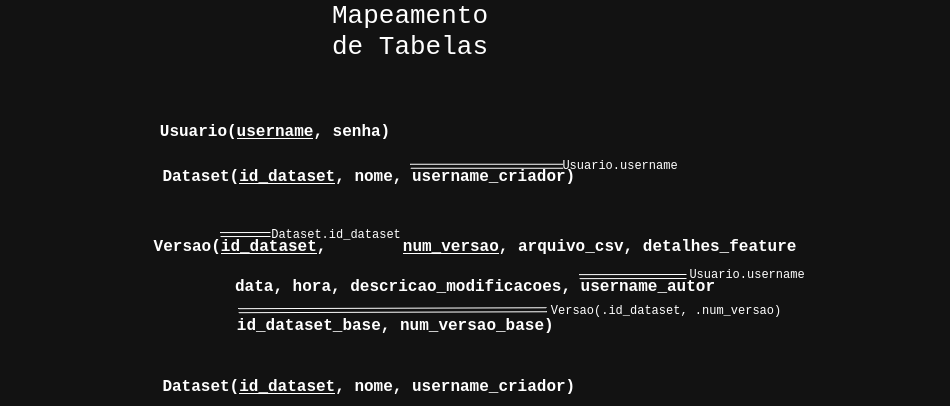
Before: docs/Mapeamento_de_Tabelas_Digital.png, a diagram exported from draw.io (NicohOliveira/db-project-feature-store). Source tidied: cells renumbered, new cells last; positions are measured from the earlier drawing's top-left corner, leaving out a move shared by most shapes. The source it was exported from:
```xml
<mxGraphModel>
  <root>
    <mxCell id="0" />
    <mxCell id="1" parent="0" />
    <mxCell id="2" value="Mapeamento de Tabelas" style="text;html=1;whiteSpace=wrap;strokeColor=none;fillColor=none;align=center;verticalAlign=middle;rounded=0;fontSize=26;fontFamily=Courier New;" parent="1" vertex="1">
      <mxGeometry x="380" width="60" height="30" as="geometry" />
    </mxCell>
    <mxCell id="3" value="&lt;b&gt;&lt;font face=&quot;Courier New&quot;&gt;Usuario(&lt;u&gt;username&lt;/u&gt;, senha)&lt;/font&gt;&lt;/b&gt;" style="text;html=1;whiteSpace=wrap;align=center;verticalAlign=middle;rounded=0;fontSize=16;strokeColor=none;" parent="1" vertex="1">
      <mxGeometry x="140" y="100" width="270" height="30" as="geometry" />
    </mxCell>
    <mxCell id="4" value="&lt;div&gt;&lt;b&gt;&lt;font face=&quot;Courier New&quot;&gt;Dataset(&lt;u&gt;id_dataset&lt;/u&gt;, nome, username_criador)&lt;span style=&quot;white-space: pre;&quot;&gt;&#9;&lt;/span&gt;&lt;span style=&quot;white-space: pre;&quot;&gt;&#9;&lt;/span&gt;&lt;span style=&quot;white-space: pre;&quot;&gt;&#9;&lt;/span&gt;&lt;span style=&quot;white-space: pre;&quot;&gt;&#9;&lt;/span&gt;&lt;span style=&quot;white-space: pre;&quot;&gt;&#9;&lt;/span&gt;&lt;span style=&quot;white-space: pre;&quot;&gt;&#9;&lt;/span&gt;&lt;/font&gt;&lt;/b&gt;&lt;/div&gt;" style="text;html=1;whiteSpace=wrap;align=center;verticalAlign=middle;rounded=0;fontSize=16;strokeColor=none;" parent="1" vertex="1">
      <mxGeometry x="160" y="140" width="610" height="40" as="geometry" />
    </mxCell>
    <mxCell id="5" style="endArrow=none;html=1;rounded=0;shape=link;exitX=0.41;exitY=0.247;exitDx=0;exitDy=0;exitPerimeter=0;" parent="1" edge="1" source="4">
      <mxGeometry relative="1" as="geometry">
        <mxPoint x="563" y="149.9" as="targetPoint" />
      </mxGeometry>
    </mxCell>
    <mxCell id="6" value="&lt;font face=&quot;Courier New&quot;&gt;Usuario.username&lt;/font&gt;" style="text;html=1;whiteSpace=wrap;strokeColor=none;fillColor=none;align=center;verticalAlign=middle;rounded=0;" parent="1" vertex="1">
      <mxGeometry x="590" y="135" width="60" height="30" as="geometry" />
    </mxCell>
    <mxCell id="7" value="&lt;div&gt;&lt;b&gt;&lt;font face=&quot;Courier New&quot;&gt;Versao(&lt;u&gt;id_dataset&lt;/u&gt;, &lt;span style=&quot;white-space: pre;&quot;&gt;&#9;&lt;/span&gt;&lt;span style=&quot;white-space: pre;&quot;&gt;&#9;&lt;/span&gt;&lt;u&gt;num_versao&lt;/u&gt;, arquivo_csv, detalhes_feature&lt;/font&gt;&lt;/b&gt;&lt;/div&gt;&lt;div&gt;&lt;b&gt;&lt;font face=&quot;Courier New&quot;&gt;&lt;br&gt;&lt;/font&gt;&lt;/b&gt;&lt;/div&gt;&lt;div&gt;&lt;b&gt;&lt;font face=&quot;Courier New&quot;&gt;data, hora, descricao_modificacoes, username_autor&lt;/font&gt;&lt;/b&gt;&lt;/div&gt;&lt;div&gt;&lt;br&gt;&lt;/div&gt;&lt;div&gt;&lt;font face=&quot;Courier New&quot;&gt;&lt;b&gt;&amp;nbsp; &amp;nbsp;id_dataset_base, num_versao_base&lt;/b&gt;&lt;/font&gt;&lt;b&gt;&lt;font face=&quot;Courier New&quot;&gt;)&lt;span style=&quot;white-space: pre;&quot;&gt;&#9;&lt;/span&gt;&lt;span style=&quot;white-space: pre;&quot;&gt;&#9;&lt;/span&gt;&lt;span style=&quot;white-space: pre;&quot;&gt;&#9;&lt;/span&gt;&lt;span style=&quot;white-space: pre;&quot;&gt;&#9;&lt;/span&gt;&lt;span style=&quot;white-space: pre;&quot;&gt;&#9;&lt;/span&gt;&lt;span style=&quot;white-space: pre;&quot;&gt;&#9;&lt;/span&gt;&lt;/font&gt;&lt;/b&gt;&lt;/div&gt;" style="text;html=1;whiteSpace=wrap;align=center;verticalAlign=middle;rounded=0;fontSize=16;strokeColor=none;" parent="1" vertex="1">
      <mxGeometry y="250" width="950" height="40" as="geometry" />
    </mxCell>
    <mxCell id="8" style="endArrow=none;html=1;rounded=0;shape=link;startSize=13;endSize=15;" parent="1" edge="1">
      <mxGeometry relative="1" as="geometry">
        <mxPoint x="220" y="218" as="sourcePoint" />
        <mxPoint x="270" y="218" as="targetPoint" />
      </mxGeometry>
    </mxCell>
    <mxCell id="9" value="&lt;font face=&quot;Courier New&quot;&gt;Dataset.id_dataset&lt;/font&gt;" style="text;html=1;whiteSpace=wrap;strokeColor=none;fillColor=none;align=center;verticalAlign=middle;rounded=0;" parent="1" vertex="1">
      <mxGeometry x="306" y="204" width="60" height="30" as="geometry" />
    </mxCell>
    <mxCell id="10" style="endArrow=none;html=1;rounded=0;shape=link;exitX=0.41;exitY=0.247;exitDx=0;exitDy=0;exitPerimeter=0;" parent="1" edge="1">
      <mxGeometry relative="1" as="geometry">
        <mxPoint x="579" y="260.1" as="sourcePoint" />
        <mxPoint x="686" y="260" as="targetPoint" />
      </mxGeometry>
    </mxCell>
    <mxCell id="11" value="&lt;font face=&quot;Courier New&quot;&gt;Usuario.username&lt;/font&gt;" style="text;html=1;whiteSpace=wrap;strokeColor=none;fillColor=none;align=center;verticalAlign=middle;rounded=0;" parent="1" vertex="1">
      <mxGeometry x="717" y="244" width="60" height="30" as="geometry" />
    </mxCell>
    <mxCell id="12" style="endArrow=none;html=1;rounded=0;shape=link;exitX=0.41;exitY=0.247;exitDx=0;exitDy=0;exitPerimeter=0;entryX=0.575;entryY=1.08;entryDx=0;entryDy=0;entryPerimeter=0;" parent="1" edge="1" target="7">
      <mxGeometry relative="1" as="geometry">
        <mxPoint x="238" y="294.1" as="sourcePoint" />
      </mxGeometry>
    </mxCell>
    <mxCell id="13" value="&lt;font face=&quot;Courier New&quot;&gt;Versao(.id_dataset, .num_versao)&lt;/font&gt;" style="text;html=1;whiteSpace=wrap;strokeColor=none;fillColor=none;align=center;verticalAlign=middle;rounded=0;" parent="1" vertex="1">
      <mxGeometry x="531" y="280" width="270" height="30" as="geometry" />
    </mxCell>
    <mxCell id="14" value="&lt;div&gt;&lt;b&gt;&lt;font face=&quot;Courier New&quot;&gt;Dataset(&lt;u&gt;id_dataset&lt;/u&gt;, nome, username_criador)&lt;span style=&quot;white-space: pre;&quot;&gt;&#9;&lt;/span&gt;&lt;span style=&quot;white-space: pre;&quot;&gt;&#9;&lt;/span&gt;&lt;span style=&quot;white-space: pre;&quot;&gt;&#9;&lt;/span&gt;&lt;span style=&quot;white-space: pre;&quot;&gt;&#9;&lt;/span&gt;&lt;span style=&quot;white-space: pre;&quot;&gt;&#9;&lt;/span&gt;&lt;span style=&quot;white-space: pre;&quot;&gt;&#9;&lt;/span&gt;&lt;/font&gt;&lt;/b&gt;&lt;/div&gt;" style="text;html=1;whiteSpace=wrap;align=center;verticalAlign=middle;rounded=0;fontSize=16;strokeColor=none;" parent="1" vertex="1">
      <mxGeometry x="160" y="350" width="610" height="40" as="geometry" />
    </mxCell>
  </root>
</mxGraphModel>
```
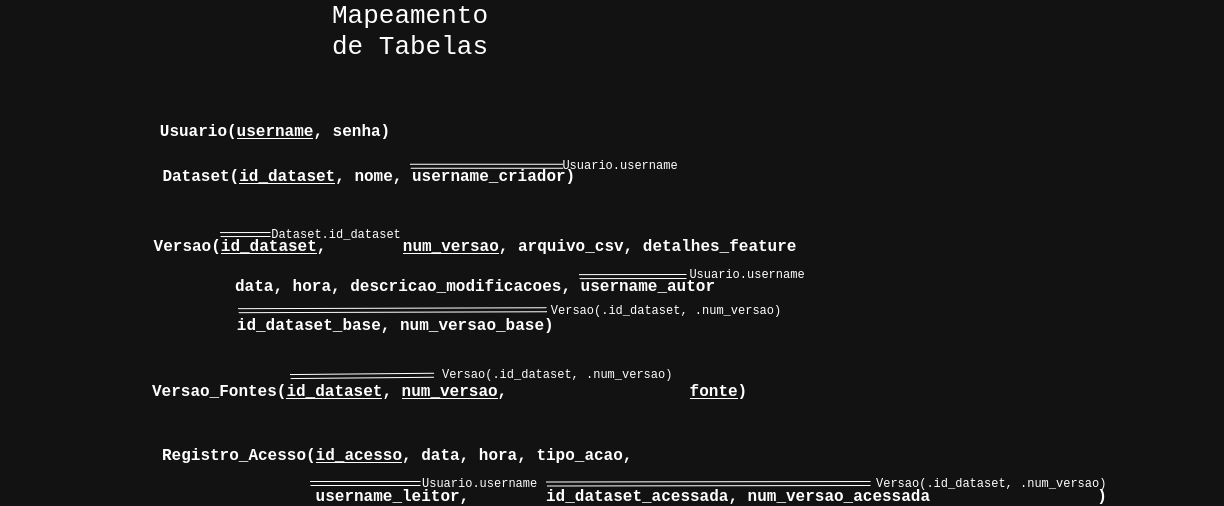
After the change.

Commit message:
docs: porte completo do rascunho para uma versão digital

The edit, as a diff of the source:
```diff
@@ -48,8 +48,37 @@
     <mxCell id="13" value="&lt;font face=&quot;Courier New&quot;&gt;Versao(.id_dataset, .num_versao)&lt;/font&gt;" style="text;html=1;whiteSpace=wrap;strokeColor=none;fillColor=none;align=center;verticalAlign=middle;rounded=0;" parent="1" vertex="1">
       <mxGeometry x="531" y="280" width="270" height="30" as="geometry" />
     </mxCell>
-    <mxCell id="14" value="&lt;div&gt;&lt;b&gt;&lt;font face=&quot;Courier New&quot;&gt;Dataset(&lt;u&gt;id_dataset&lt;/u&gt;, nome, username_criador)&lt;span style=&quot;white-space: pre;&quot;&gt;&#9;&lt;/span&gt;&lt;span style=&quot;white-space: pre;&quot;&gt;&#9;&lt;/span&gt;&lt;span style=&quot;white-space: pre;&quot;&gt;&#9;&lt;/span&gt;&lt;span style=&quot;white-space: pre;&quot;&gt;&#9;&lt;/span&gt;&lt;span style=&quot;white-space: pre;&quot;&gt;&#9;&lt;/span&gt;&lt;span style=&quot;white-space: pre;&quot;&gt;&#9;&lt;/span&gt;&lt;/font&gt;&lt;/b&gt;&lt;/div&gt;" style="text;html=1;whiteSpace=wrap;align=center;verticalAlign=middle;rounded=0;fontSize=16;strokeColor=none;" parent="1" vertex="1">
-      <mxGeometry x="160" y="350" width="610" height="40" as="geometry" />
-    </mxCell>
+    <mxCell id="15" value="&lt;b&gt;&lt;font face=&quot;Courier New&quot;&gt;Versao_Fontes(&lt;u&gt;id_dataset&lt;/u&gt;, &lt;u&gt;num_versao&lt;/u&gt;,&amp;nbsp; &amp;nbsp; &amp;nbsp; &amp;nbsp; &amp;nbsp; &amp;nbsp; &amp;nbsp; &amp;nbsp; &amp;nbsp; &amp;nbsp;&lt;u&gt;fonte&lt;/u&gt;)&lt;/font&gt;&lt;/b&gt;" style="text;html=1;whiteSpace=wrap;align=left;verticalAlign=middle;rounded=0;fontSize=16;strokeColor=none;" parent="1" vertex="1">
+      <mxGeometry x="150" y="360" width="600" height="30" as="geometry" />
+    </mxCell>
+    <mxCell id="16" style="endArrow=none;html=1;rounded=0;shape=link;entryX=0.473;entryY=-0.043;entryDx=0;entryDy=0;entryPerimeter=0;" parent="1" edge="1" target="15">
+      <mxGeometry relative="1" as="geometry">
+        <mxPoint x="290" y="360" as="sourcePoint" />
+      </mxGeometry>
+    </mxCell>
+    <mxCell id="17" value="&lt;font face=&quot;Courier New&quot;&gt;Versao(.id_dataset, .num_versao)&lt;/font&gt;" style="text;html=1;whiteSpace=wrap;strokeColor=none;fillColor=none;align=left;verticalAlign=middle;rounded=0;" parent="1" vertex="1">
+      <mxGeometry x="440" y="344" width="350" height="30" as="geometry" />
+    </mxCell>
+    <mxCell id="18" value="&lt;div&gt;&lt;b&gt;&lt;font face=&quot;Courier New&quot;&gt;Registro_Acesso(&lt;u&gt;id_acesso&lt;/u&gt;, data, hora, tipo_acao,&lt;/font&gt;&lt;/b&gt;&lt;/div&gt;&lt;div&gt;&lt;b&gt;&lt;font face=&quot;Courier New&quot;&gt;&lt;br&gt;&lt;/font&gt;&lt;/b&gt;&lt;/div&gt;&lt;div&gt;&lt;b&gt;&lt;font face=&quot;Courier New&quot;&gt;&amp;nbsp;&amp;nbsp;&amp;nbsp;&amp;nbsp;&amp;nbsp;&amp;nbsp;&amp;nbsp;&amp;nbsp;&amp;nbsp;&amp;nbsp;&amp;nbsp;&amp;nbsp;&amp;nbsp;&amp;nbsp;&amp;nbsp;&amp;nbsp;username_leitor,&amp;nbsp; &amp;nbsp; &amp;nbsp; &amp;nbsp; id_dataset_acessada, num_versao_acessada&lt;span style=&quot;white-space: pre;&quot;&gt;&#9;&lt;/span&gt;&lt;span style=&quot;white-space: pre;&quot;&gt;&#9;&lt;/span&gt;&lt;span style=&quot;white-space: pre;&quot;&gt;&#9;&lt;/span&gt;&lt;span style=&quot;white-space: pre;&quot;&gt;&#9;&lt;/span&gt;&lt;span style=&quot;white-space: pre;&quot;&gt;&#9; &lt;/span&gt;)&lt;/font&gt;&lt;/b&gt;&lt;/div&gt;" style="text;html=1;whiteSpace=wrap;align=left;verticalAlign=middle;rounded=0;fontSize=16;strokeColor=none;" parent="1" vertex="1">
+      <mxGeometry x="160" y="430" width="950" height="60" as="geometry" />
+    </mxCell>
+    <mxCell id="19" style="endArrow=none;html=1;rounded=0;shape=link;" parent="1" edge="1">
+      <mxGeometry relative="1" as="geometry">
+        <mxPoint x="310" y="467" as="sourcePoint" />
+        <mxPoint x="420" y="467" as="targetPoint" />
+      </mxGeometry>
+    </mxCell>
+    <mxCell id="20" value="&lt;font face=&quot;Courier New&quot;&gt;Usuario.username&lt;/font&gt;" style="text;html=1;whiteSpace=wrap;strokeColor=none;fillColor=none;align=left;verticalAlign=middle;rounded=0;" parent="1" vertex="1">
+      <mxGeometry x="420" y="453" width="180" height="30" as="geometry" />
+    </mxCell>
+    <mxCell id="21" style="endArrow=none;html=1;rounded=0;shape=link;" parent="1" edge="1">
+      <mxGeometry relative="1" as="geometry">
+        <mxPoint x="546" y="467.5" as="sourcePoint" />
+        <mxPoint x="870" y="467" as="targetPoint" />
+      </mxGeometry>
+    </mxCell>
+    <mxCell id="22" value="&lt;font face=&quot;Courier New&quot;&gt;Versao(.id_dataset, .num_versao)&lt;/font&gt;" style="text;html=1;whiteSpace=wrap;strokeColor=none;fillColor=none;align=left;verticalAlign=middle;rounded=0;" parent="1" vertex="1">
+      <mxGeometry x="874" y="453" width="350" height="30" as="geometry" />
+    </mxCell>
   </root>
 </mxGraphModel>
```
